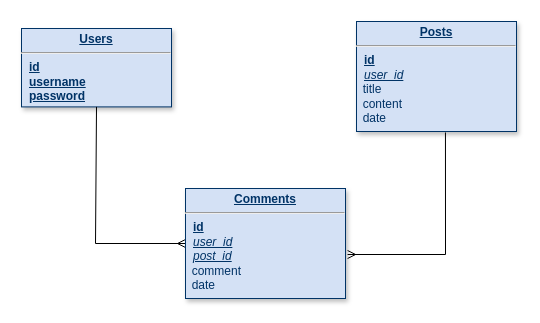
The draw.io diagram assets/img/DD.drawio in bernardjbs/hw-boot-wk14-tech-blog, before the edit. Source tidied: cells renumbered, new cells numbered last; positions are measured from the earlier drawing's top-left corner, leaving out a move shared by most shapes. Both pictures are drawn from the tidied source at 100%, with x=0, y=0 at pixel (21, 21).
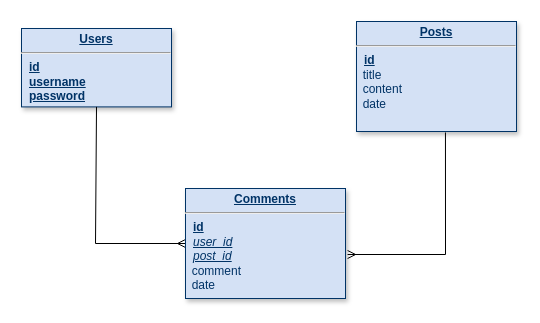
Above is the later version.

Commit message (it also covers changes not shown here):
Removed user_id from Posts table in DRD - Created models for Posts and Comments in /models

What changed in the source:
```diff
@@
 <mxGraphModel>
   <root>
     <mxCell id="0" />
     <mxCell id="1" parent="0" />
-    <mxCell id="2" value="&lt;p style=&quot;margin: 0px ; margin-top: 4px ; text-align: center ; text-decoration: underline&quot;&gt;&lt;strong&gt;Posts&lt;/strong&gt;&lt;/p&gt;&lt;hr&gt;&lt;p style=&quot;margin: 0px ; margin-left: 8px&quot;&gt;&lt;u&gt;&lt;b&gt;id&lt;/b&gt;&lt;/u&gt;&lt;br&gt;&lt;/p&gt;&lt;p style=&quot;margin: 0px ; margin-left: 8px&quot;&gt;&lt;span style=&quot;background-color: initial;&quot;&gt;&lt;i&gt;&lt;u&gt;user_id&lt;/u&gt;&lt;/i&gt;&lt;/span&gt;&lt;/p&gt;&amp;nbsp; title&lt;br&gt;&amp;nbsp; content&lt;br&gt;&amp;nbsp; date&lt;br&gt;&amp;nbsp;" style="verticalAlign=top;align=left;overflow=fill;fontSize=12;fontFamily=Helvetica;html=1;strokeColor=#003366;shadow=1;fillColor=#D4E1F5;fontColor=#003366;" parent="1" vertex="1">
+    <mxCell id="2" value="&lt;p style=&quot;margin: 0px ; margin-top: 4px ; text-align: center ; text-decoration: underline&quot;&gt;&lt;strong&gt;Posts&lt;/strong&gt;&lt;/p&gt;&lt;hr&gt;&lt;p style=&quot;margin: 0px ; margin-left: 8px&quot;&gt;&lt;u&gt;&lt;b&gt;id&lt;/b&gt;&lt;/u&gt;&lt;/p&gt;&amp;nbsp; title&lt;br&gt;&amp;nbsp; content&lt;br&gt;&amp;nbsp; date&lt;br&gt;&amp;nbsp;" style="verticalAlign=top;align=left;overflow=fill;fontSize=12;fontFamily=Helvetica;html=1;strokeColor=#003366;shadow=1;fillColor=#D4E1F5;fontColor=#003366;" parent="1" vertex="1">
       <mxGeometry x="335" width="160" height="110" as="geometry" />
     </mxCell>
     <mxCell id="3" value="&lt;p style=&quot;margin: 0px ; margin-top: 4px ; text-align: center ; text-decoration: underline&quot;&gt;&lt;strong&gt;Users&lt;/strong&gt;&lt;/p&gt;&lt;hr&gt;&lt;p style=&quot;margin: 0px ; margin-left: 8px&quot;&gt;&lt;u&gt;&lt;b&gt;id&lt;/b&gt;&lt;/u&gt;&lt;/p&gt;&lt;p style=&quot;margin: 0px ; margin-left: 8px&quot;&gt;&lt;u&gt;&lt;b&gt;username&lt;/b&gt;&lt;/u&gt;&lt;/p&gt;&lt;p style=&quot;margin: 0px ; margin-left: 8px&quot;&gt;&lt;u&gt;&lt;b&gt;password&lt;/b&gt;&lt;/u&gt;&lt;/p&gt;" style="verticalAlign=top;align=left;overflow=fill;fontSize=12;fontFamily=Helvetica;html=1;strokeColor=#003366;shadow=1;fillColor=#D4E1F5;fontColor=#003366;" parent="1" vertex="1">
       <mxGeometry y="7" width="150" height="78.4" as="geometry" />
     </mxCell>
     <mxCell id="4" style="endArrow=ERmany;html=1;rounded=0;exitX=0.5;exitY=1;exitDx=0;exitDy=0;endFill=0;entryX=0;entryY=0.5;entryDx=0;entryDy=0;" parent="1" edge="1" source="3" target="5">
       <mxGeometry relative="1" as="geometry">
         <Array as="points">
           <mxPoint x="74" y="222" />
         </Array>
       </mxGeometry>
     </mxCell>
     <mxCell id="5" value="&lt;p style=&quot;margin: 0px ; margin-top: 4px ; text-align: center ; text-decoration: underline&quot;&gt;&lt;strong&gt;Comments&lt;/strong&gt;&lt;/p&gt;&lt;hr&gt;&lt;p style=&quot;margin: 0px ; margin-left: 8px&quot;&gt;&lt;u&gt;&lt;b&gt;id&lt;/b&gt;&lt;/u&gt;&lt;br&gt;&lt;/p&gt;&lt;p style=&quot;margin: 0px ; margin-left: 8px&quot;&gt;&lt;span style=&quot;background-color: initial;&quot;&gt;&lt;i&gt;&lt;u&gt;user_id&lt;/u&gt;&lt;/i&gt;&lt;/span&gt;&lt;/p&gt;&lt;p style=&quot;margin: 0px ; margin-left: 8px&quot;&gt;&lt;span style=&quot;background-color: initial;&quot;&gt;&lt;i&gt;&lt;u&gt;post_id&lt;/u&gt;&lt;/i&gt;&lt;/span&gt;&lt;/p&gt;&amp;nbsp; comment&lt;br&gt;&amp;nbsp; date&lt;br&gt;&amp;nbsp;" style="verticalAlign=top;align=left;overflow=fill;fontSize=12;fontFamily=Helvetica;html=1;strokeColor=#003366;shadow=1;fillColor=#D4E1F5;fontColor=#003366;" parent="1" vertex="1">
       <mxGeometry x="164" y="167" width="160" height="110" as="geometry" />
     </mxCell>
     <mxCell id="6" style="endArrow=ERmany;html=1;rounded=0;exitX=0.556;exitY=1.009;exitDx=0;exitDy=0;endFill=0;entryX=1.013;entryY=0.6;entryDx=0;entryDy=0;exitPerimeter=0;entryPerimeter=0;" parent="1" edge="1" source="2" target="5">
       <mxGeometry relative="1" as="geometry">
         <Array as="points">
           <mxPoint x="424" y="233" />
         </Array>
       </mxGeometry>
     </mxCell>
   </root>
 </mxGraphModel>
```
